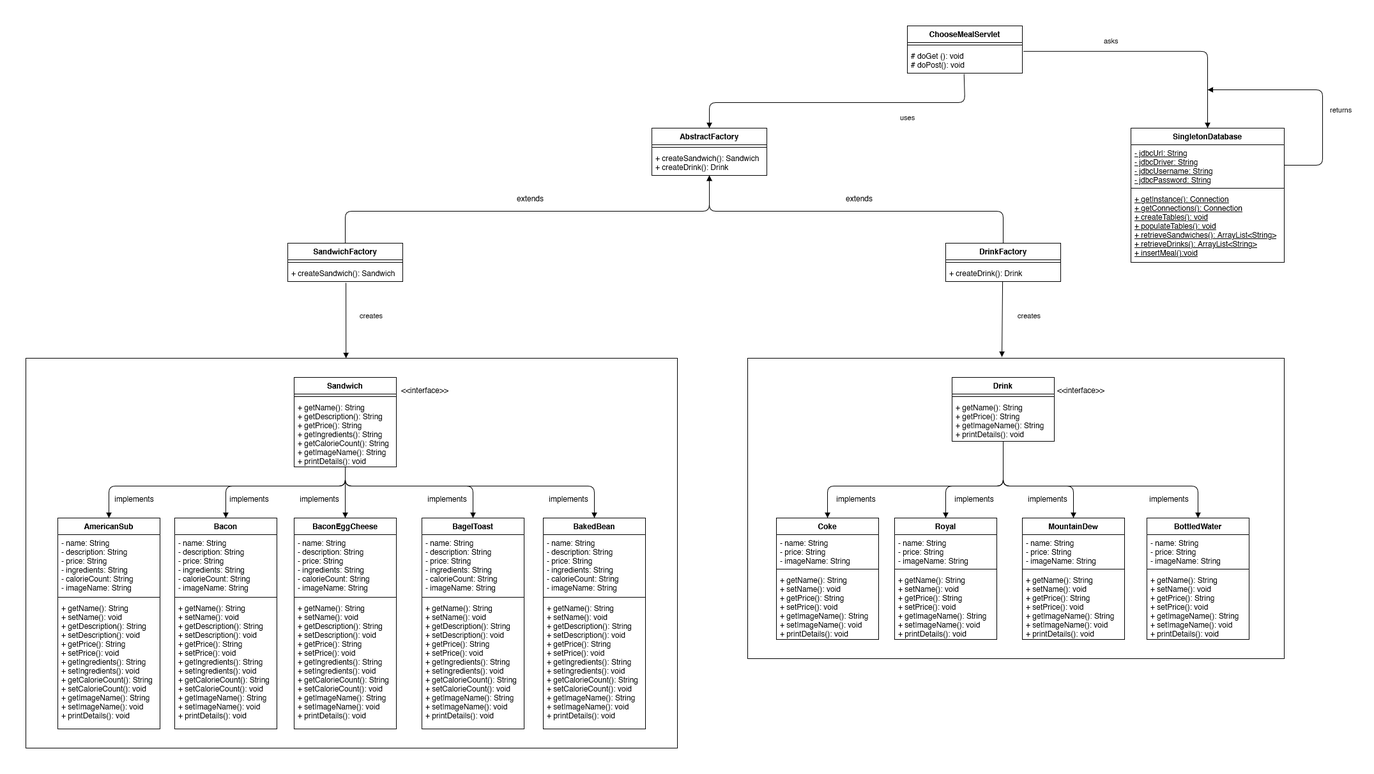
The draw.io diagram DESPTRN - Machine Problem 3 UML.png in JSintos/DESPTRN, before a commit. Source tidied: cells renumbered, new cells last; positions are measured from the earlier drawing's top-left corner, leaving out a move shared by most shapes.
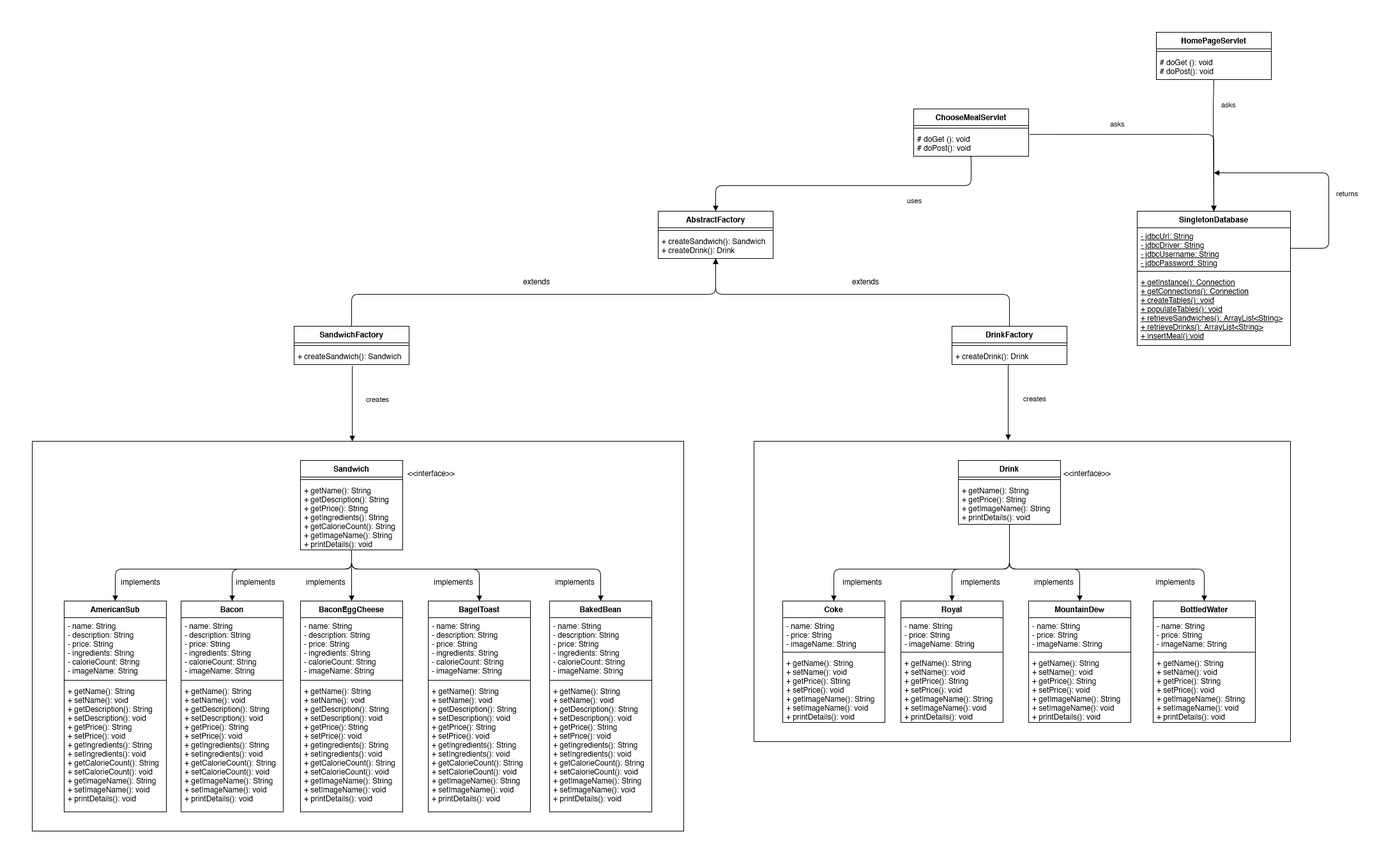
Later version of the same file.

Commit message:
Fixed the singleton design pattern code, updated the UML diagram

The edit, as a diff of the source:
```diff
@@ -352,7 +352,26 @@
       </mxGeometry>
     </mxCell>
     <mxCell id="91" style="rounded=0;whiteSpace=wrap;html=1;fillColor=none;strokeColor=none;" parent="1" vertex="1">
-      <mxGeometry width="2150" height="1210" as="geometry" />
+      <mxGeometry x="-10" y="-130" width="2180" height="1350" as="geometry" />
     </mxCell>
+    <mxCell id="92" value="HomePageServlet" style="swimlane;fontStyle=1;align=center;verticalAlign=top;horizontal=1;startSize=26;" parent="1" vertex="1">
+      <mxGeometry x="1800" y="-80" width="180" height="74" as="geometry" />
+    </mxCell>
+    <mxCell id="93" style="line;strokeWidth=1;fillColor=none;align=left;verticalAlign=middle;spacingTop=-1;spacingLeft=3;spacingRight=3;labelPosition=right;" parent="92" vertex="1">
+      <mxGeometry y="26" width="180" height="8" as="geometry" />
+    </mxCell>
+    <mxCell id="94" value="# doGet (): void&#10;# doPost(): void" style="text;strokeColor=none;fillColor=none;align=left;verticalAlign=top;spacingLeft=4;spacingRight=4;overflow=hidden;points=[[0,0.5],[1,0.5]];portConstraint=eastwest;" parent="92" vertex="1">
+      <mxGeometry y="34" width="180" height="40" as="geometry" />
+    </mxCell>
+    <mxCell id="95" value="asks" style="endArrow=block;endFill=1;html=1;edgeStyle=orthogonalEdgeStyle;align=left;verticalAlign=top;entryX=0.5;entryY=0;entryDx=0;entryDy=0;exitX=0.5;exitY=1;exitDx=0;exitDy=0;exitPerimeter=0;" parent="1" edge="1" source="94">
+      <mxGeometry x="-0.74" y="11" relative="1" as="geometry">
+        <mxPoint x="1890" y="200" as="targetPoint" />
+        <Array as="points">
+          <mxPoint x="1889" y="-6" />
+          <mxPoint x="1889" y="40" />
+          <mxPoint x="1890" y="40" />
+        </Array>
+      </mxGeometry>
+    </mxCell>
   </root>
 </mxGraphModel>
```
